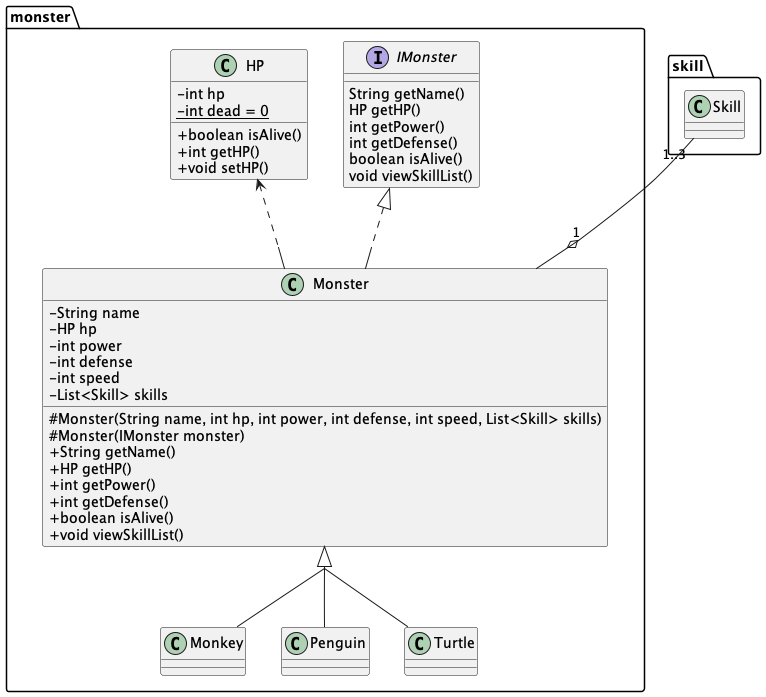
Above: out/monster/Exercise7.png in fujiitomoko/ProjectMember2022Document (PlantUML), before the change.
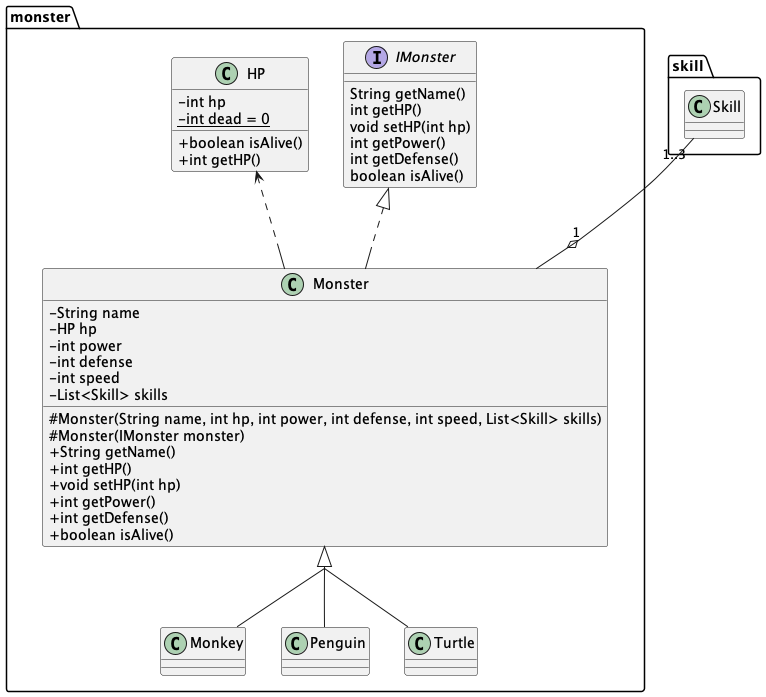
The same diagram one commit later.

Commit message:
実行例追加及びクラス図修正

The edit, as a diff of the source:
```diff
@@ -14,26 +14,25 @@
     # Monster(String name, int hp, int power, int defense, int speed, List<Skill> skills)
     # Monster(IMonster monster)
     + String getName()
-    + HP getHP()
+    + int getHP()
+    + void setHP(int hp)
     + int getPower()
     + int getDefense()
     + boolean isAlive()
-    + void viewSkillList()
   }
   interface IMonster {
     String getName()
-    HP getHP()
+    int getHP()
+    void setHP(int hp)
     int getPower()
     int getDefense()
     boolean isAlive()
-    void viewSkillList()
   }
   class HP {
     - int hp
     - {static} int dead = 0
     + boolean isAlive()
     + int getHP()
-    + void setHP()
   }
   class Monkey
   class Penguin
```
